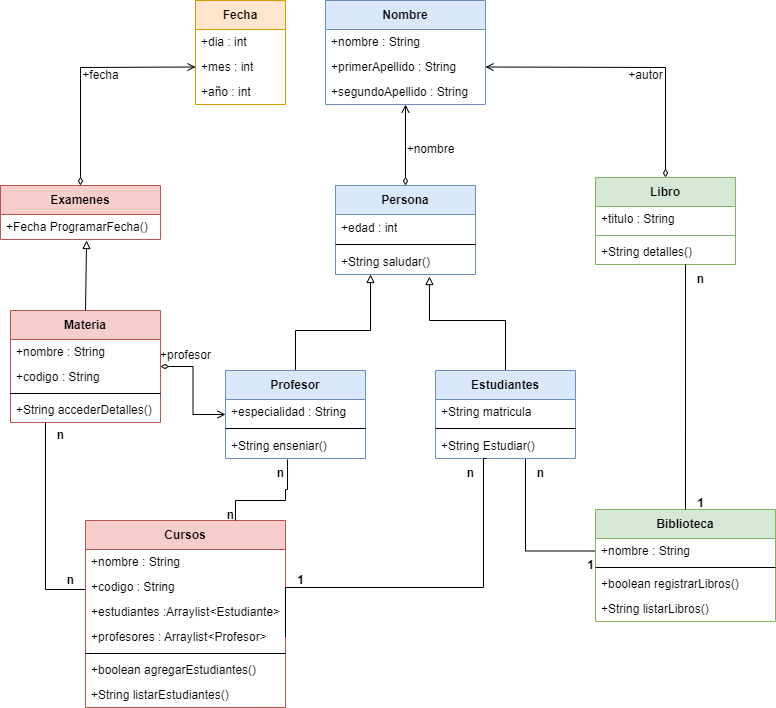
gian700/gestion-academica keeps this draw.io diagram as gestion-academica/imagenes/Escuela.png. Above is the earlier version. Source tidied: cells renumbered, new cells last; positions are measured from the earlier drawing's top-left corner, leaving out a move shared by most shapes.
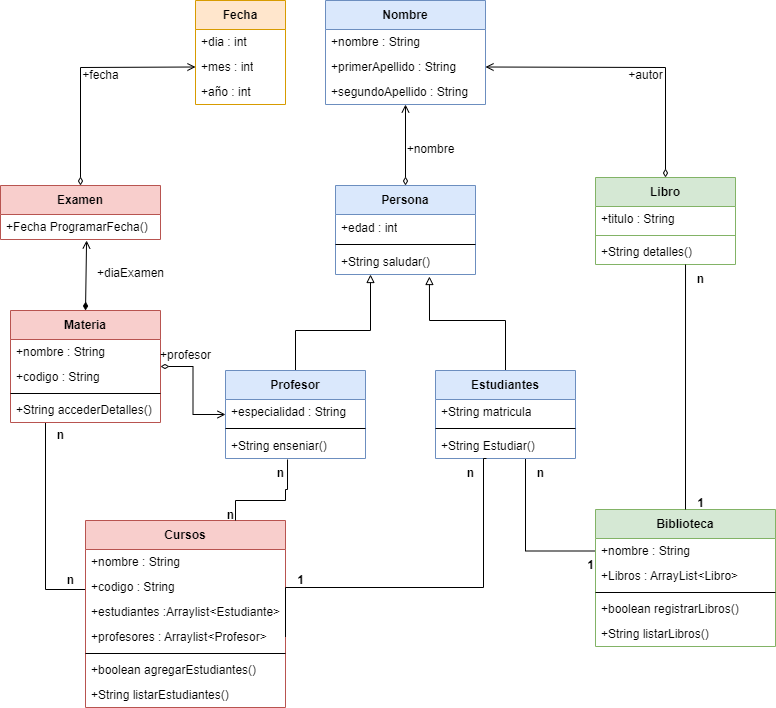
The same file after the commit.

What changed in the source:
```diff
@@ -95,7 +95,7 @@
     <mxCell id="26" value="+String listarEstudiantes()" style="text;html=1;align=left;verticalAlign=middle;spacingLeft=4;spacingRight=4;overflow=hidden;whiteSpace=wrap;" parent="19" vertex="1">
       <mxGeometry y="162" width="200" height="25" as="geometry" />
     </mxCell>
-    <mxCell id="27" style="rounded=0;jettySize=auto;html=1;endArrow=block;endFill=0;startArrow=none;startFill=0;exitX=0.5;exitY=0;exitDx=0;exitDy=0;entryX=0.538;entryY=1.04;entryDx=0;entryDy=0;entryPerimeter=0;" parent="1" edge="1" source="28" target="34">
+    <mxCell id="27" style="rounded=0;jettySize=auto;html=1;endArrow=open;endFill=0;startArrow=diamondThin;startFill=1;exitX=0.5;exitY=0;exitDx=0;exitDy=0;entryX=0.538;entryY=1.04;entryDx=0;entryDy=0;entryPerimeter=0;" parent="1" edge="1" source="28" target="34">
       <mxGeometry relative="1" as="geometry" />
     </mxCell>
     <mxCell id="28" value="Materia" style="swimlane;fontStyle=1;align=center;verticalAlign=middle;horizontal=1;startSize=29;html=1;whiteSpace=wrap;fillColor=#f8cecc;strokeColor=#b85450;" parent="1" vertex="1">
@@ -113,7 +113,7 @@
     <mxCell id="32" value="+String accederDetalles()" style="text;html=1;align=left;verticalAlign=middle;spacingLeft=4;spacingRight=4;overflow=hidden;whiteSpace=wrap;" parent="28" vertex="1">
       <mxGeometry y="87" width="150" height="25" as="geometry" />
     </mxCell>
-    <mxCell id="33" value="Examenes" style="swimlane;fontStyle=1;align=center;verticalAlign=middle;horizontal=1;startSize=29;html=1;whiteSpace=wrap;fillColor=#f8cecc;strokeColor=#b85450;" parent="1" vertex="1">
+    <mxCell id="33" value="Examen" style="swimlane;fontStyle=1;align=center;verticalAlign=middle;horizontal=1;startSize=29;html=1;whiteSpace=wrap;fillColor=#f8cecc;strokeColor=#b85450;" parent="1" vertex="1">
       <mxGeometry y="185" width="160" height="54" as="geometry" />
     </mxCell>
     <mxCell id="34" value="+Fecha ProgramarFecha()" style="text;html=1;strokeColor=none;fillColor=none;align=left;verticalAlign=middle;spacingLeft=4;spacingRight=4;overflow=hidden;points=[[0,0.5],[1,0.5]];portConstraint=eastwest;whiteSpace=wrap;" parent="33" vertex="1">
@@ -139,19 +139,22 @@
       </mxGeometry>
     </mxCell>
     <mxCell id="40" value="Biblioteca" style="swimlane;fontStyle=1;align=center;verticalAlign=middle;horizontal=1;startSize=29;html=1;whiteSpace=wrap;fillColor=#d5e8d4;strokeColor=#82b366;" parent="1" vertex="1">
-      <mxGeometry x="595" y="509" width="180" height="112" as="geometry" />
+      <mxGeometry x="595" y="509" width="180" height="137" as="geometry" />
     </mxCell>
     <mxCell id="41" value="+nombre : String" style="text;html=1;align=left;verticalAlign=middle;spacingLeft=4;spacingRight=4;overflow=hidden;points=[[0,0.5],[1,0.5]];portConstraint=eastwest;whiteSpace=wrap;" parent="40" vertex="1">
       <mxGeometry y="29" width="180" height="25" as="geometry" />
     </mxCell>
+    <mxCell id="72" value="+Libros : ArrayList&amp;lt;Libro&amp;gt;" style="text;html=1;align=left;verticalAlign=middle;spacingLeft=4;spacingRight=4;overflow=hidden;whiteSpace=wrap;" parent="40" vertex="1">
+      <mxGeometry y="54" width="180" height="25" as="geometry" />
+    </mxCell>
     <mxCell id="42" style="line;strokeWidth=1;align=left;verticalAlign=middle;spacingTop=-1;spacingLeft=3;spacingRight=3;labelPosition=right;" parent="40" vertex="1">
-      <mxGeometry y="54" width="180" height="8" as="geometry" />
+      <mxGeometry y="79" width="180" height="8" as="geometry" />
     </mxCell>
     <mxCell id="43" value="+boolean registrarLibros()" style="text;html=1;align=left;verticalAlign=middle;spacingLeft=4;spacingRight=4;overflow=hidden;whiteSpace=wrap;" parent="40" vertex="1">
-      <mxGeometry y="62" width="180" height="25" as="geometry" />
+      <mxGeometry y="87" width="180" height="25" as="geometry" />
     </mxCell>
     <mxCell id="44" value="+String listarLibros()" style="text;html=1;align=left;verticalAlign=middle;spacingLeft=4;spacingRight=4;overflow=hidden;whiteSpace=wrap;" parent="40" vertex="1">
-      <mxGeometry y="87" width="180" height="25" as="geometry" />
+      <mxGeometry y="112" width="180" height="25" as="geometry" />
     </mxCell>
     <mxCell id="45" value="Libro" style="swimlane;fontStyle=1;align=center;verticalAlign=middle;horizontal=1;startSize=29;html=1;whiteSpace=wrap;fillColor=#d5e8d4;strokeColor=#82b366;" parent="1" vertex="1">
       <mxGeometry x="595" y="177" width="140" height="87" as="geometry" />
@@ -250,5 +253,8 @@
     <mxCell id="71" value="&lt;b&gt;n&lt;/b&gt;" style="text;html=1;align=center;verticalAlign=middle;strokeColor=none;fillColor=none;" parent="1" vertex="1">
       <mxGeometry x="685" y="264" width="30" height="30" as="geometry" />
     </mxCell>
+    <mxCell id="73" value="+diaExamen" style="text;html=1;align=center;verticalAlign=middle;strokeColor=none;fillColor=none;" parent="1" vertex="1">
+      <mxGeometry x="85" y="258" width="90" height="30" as="geometry" />
+    </mxCell>
   </root>
 </mxGraphModel>
```
